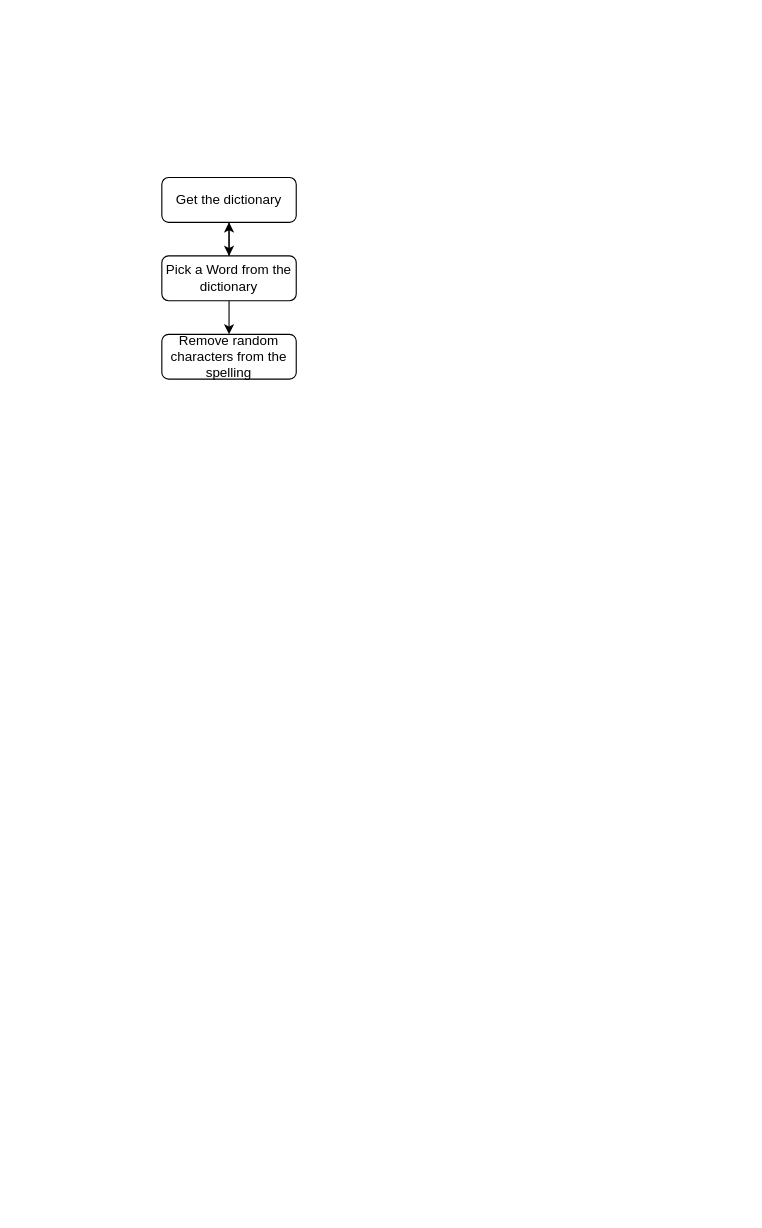
Before: Untitled Diagram.drawio in dnyanesh-github/Complete-Python-3-Bootcamp, a draw.io diagram. Source tidied: cells renumbered, new cells numbered last; positions are measured from the earlier drawing's top-left corner, leaving out a move shared by most shapes. Both pictures are drawn from the tidied source at 112%, with x=0, y=0 at pixel (161, 177).
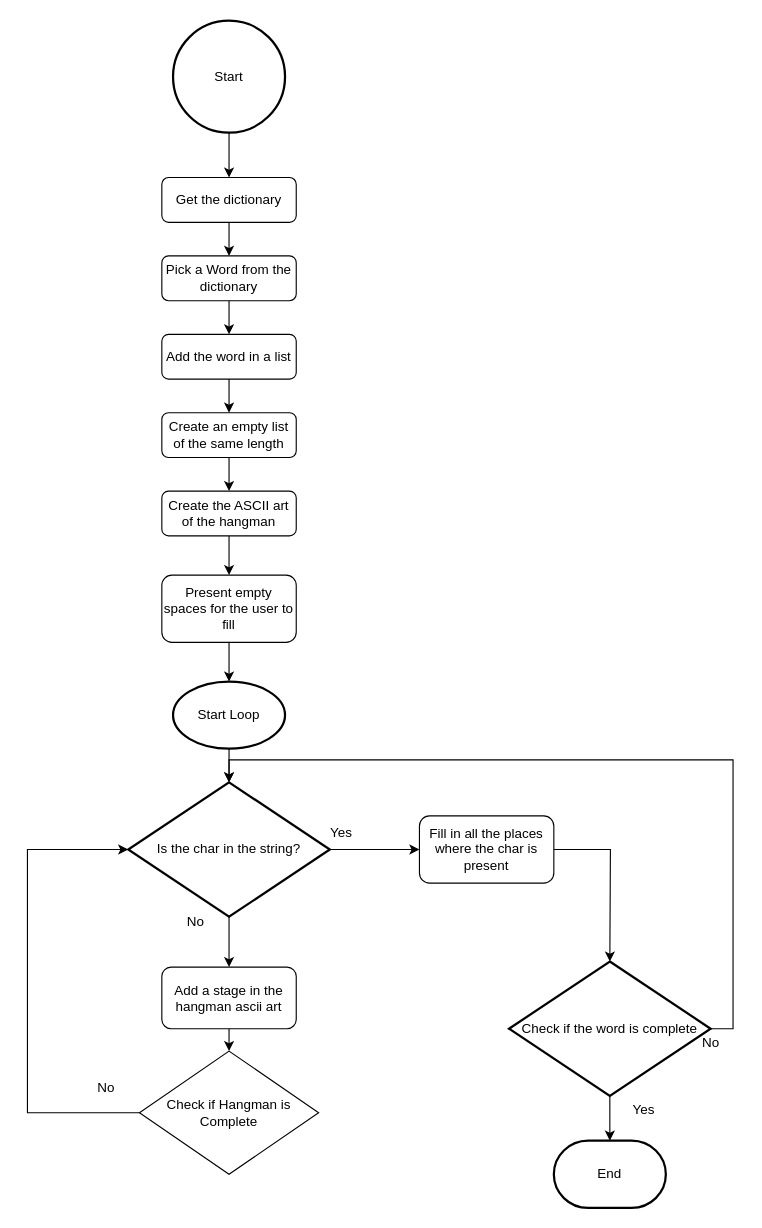
After the change.

The change refers to these unchanged cells:
```xml
<mxCell id="3" value="Get the dictionary" style="rounded=1;whiteSpace=wrap;html=1;fontSize=12;glass=0;strokeWidth=1;shadow=0;" parent="1" vertex="1">
  <mxGeometry width="120" height="40" as="geometry" />
</mxCell>
<mxCell id="6" value="Pick a Word from the dictionary" style="rounded=1;whiteSpace=wrap;html=1;fontSize=12;glass=0;strokeWidth=1;shadow=0;" parent="1" vertex="1">
  <mxGeometry y="70" width="120" height="40" as="geometry" />
</mxCell>
```

Diff of the diagram source:
```diff
@@
-    <mxCell id="4" style="edgeStyle=orthogonalEdgeStyle;rounded=0;jettySize=auto;html=1;" parent="1" edge="1" source="6" target="3">
-      <mxGeometry relative="1" as="geometry" />
-    </mxCell>
-    <mxCell id="5" style="edgeStyle=orthogonalEdgeStyle;rounded=0;jettySize=auto;html=1;exitX=0.5;exitY=1;exitDx=0;exitDy=0;" parent="1" edge="1" source="6">
-      <mxGeometry relative="1" as="geometry">
-        <mxPoint x="60" y="140" as="targetPoint" />
-      </mxGeometry>
+    <mxCell id="5" style="edgeStyle=orthogonalEdgeStyle;rounded=0;jettySize=auto;html=1;exitX=0.5;exitY=1;exitDx=0;exitDy=0;entryX=0.5;entryY=0;entryDx=0;entryDy=0;" parent="1" edge="1" source="6" target="7">
+      <mxGeometry relative="1" as="geometry" />
     </mxCell>
@@
+    <mxCell id="8" style="edgeStyle=orthogonalEdgeStyle;rounded=0;jettySize=auto;html=1;exitX=0.5;exitY=1;exitDx=0;exitDy=0;entryX=0.5;entryY=0;entryDx=0;entryDy=0;" parent="1" edge="1" source="7" target="25">
+      <mxGeometry relative="1" as="geometry" />
+    </mxCell>
-    <mxCell id="7" value="Remove random characters from the spelling" style="rounded=1;whiteSpace=wrap;html=1;fontSize=12;glass=0;strokeWidth=1;shadow=0;" parent="1" vertex="1">
+    <mxCell id="7" value="Add the word in a list" style="rounded=1;whiteSpace=wrap;html=1;fontSize=12;glass=0;strokeWidth=1;shadow=0;" parent="1" vertex="1">
       <mxGeometry y="140" width="120" height="40" as="geometry" />
     </mxCell>
+    <mxCell id="9" style="edgeStyle=orthogonalEdgeStyle;rounded=0;jettySize=auto;html=1;exitX=0.5;exitY=1;exitDx=0;exitDy=0;entryX=0.5;entryY=0;entryDx=0;entryDy=0;" parent="1" edge="1" source="10" target="11">
+      <mxGeometry relative="1" as="geometry" />
+    </mxCell>
+    <mxCell id="10" value="Create the ASCII art of the hangman" style="rounded=1;whiteSpace=wrap;html=1;fontSize=12;glass=0;strokeWidth=1;shadow=0;" parent="1" vertex="1">
+      <mxGeometry y="280" width="120" height="40" as="geometry" />
+    </mxCell>
+    <mxCell id="11" value="Present empty spaces for the user to fill" style="rounded=1;whiteSpace=wrap;html=1;fontSize=12;glass=0;strokeWidth=1;shadow=0;" parent="1" vertex="1">
+      <mxGeometry y="355" width="120" height="60" as="geometry" />
+    </mxCell>
+    <mxCell id="12" style="edgeStyle=orthogonalEdgeStyle;rounded=0;jettySize=auto;html=1;exitX=1;exitY=0.5;exitDx=0;exitDy=0;exitPerimeter=0;" parent="1" edge="1" source="14" target="16">
+      <mxGeometry relative="1" as="geometry" />
+    </mxCell>
+    <mxCell id="13" style="edgeStyle=orthogonalEdgeStyle;rounded=0;jettySize=auto;html=1;exitX=0;exitY=0.5;exitDx=0;exitDy=0;" parent="1" edge="1" source="29" target="14">
+      <mxGeometry relative="1" as="geometry">
+        <Array as="points">
+          <mxPoint x="-120" y="835" />
+          <mxPoint x="-120" y="600" />
+        </Array>
+      </mxGeometry>
+    </mxCell>
+    <mxCell id="14" value="Is the char in the string?" style="strokeWidth=2;html=1;shape=mxgraph.flowchart.decision;whiteSpace=wrap;" parent="1" vertex="1">
+      <mxGeometry x="-30" y="540" width="180" height="120" as="geometry" />
+    </mxCell>
+    <mxCell id="15" style="edgeStyle=orthogonalEdgeStyle;rounded=0;jettySize=auto;html=1;exitX=1;exitY=0.5;exitDx=0;exitDy=0;" parent="1" edge="1" source="16">
+      <mxGeometry relative="1" as="geometry">
+        <mxPoint x="400" y="700" as="targetPoint" />
+      </mxGeometry>
+    </mxCell>
+    <mxCell id="16" value="Fill in all the places where the char is present" style="rounded=1;whiteSpace=wrap;html=1;fontSize=12;glass=0;strokeWidth=1;shadow=0;" parent="1" vertex="1">
+      <mxGeometry x="230" y="570" width="120" height="60" as="geometry" />
+    </mxCell>
+    <mxCell id="17" value="Yes" style="text;html=1;align=center;verticalAlign=middle;strokeColor=none;fillColor=none;" parent="1" vertex="1">
+      <mxGeometry x="140" y="570" width="40" height="30" as="geometry" />
+    </mxCell>
+    <mxCell id="18" value="No" style="text;html=1;align=center;verticalAlign=middle;strokeColor=none;fillColor=none;" parent="1" vertex="1">
+      <mxGeometry x="10" y="650" width="40" height="30" as="geometry" />
+    </mxCell>
+    <mxCell id="19" style="edgeStyle=orthogonalEdgeStyle;rounded=0;jettySize=auto;html=1;exitX=0.5;exitY=1;exitDx=0;exitDy=0;entryX=0.5;entryY=0;entryDx=0;entryDy=0;" parent="1" edge="1" source="20" target="29">
+      <mxGeometry relative="1" as="geometry" />
+    </mxCell>
+    <mxCell id="20" value="Add a stage in the hangman ascii art" style="rounded=1;whiteSpace=wrap;html=1;fontSize=12;glass=0;strokeWidth=1;shadow=0;" parent="1" vertex="1">
+      <mxGeometry y="705" width="120" height="55" as="geometry" />
+    </mxCell>
+    <mxCell id="21" style="edgeStyle=orthogonalEdgeStyle;rounded=0;jettySize=auto;html=1;exitX=0.5;exitY=1;exitDx=0;exitDy=0;exitPerimeter=0;entryX=0.5;entryY=0;entryDx=0;entryDy=0;" parent="1" edge="1" source="14" target="20">
+      <mxGeometry relative="1" as="geometry" />
+    </mxCell>
+    <mxCell id="22" style="edgeStyle=orthogonalEdgeStyle;rounded=0;jettySize=auto;html=1;entryX=0.5;entryY=0;entryDx=0;entryDy=0;" parent="1" edge="1" source="23" target="3">
+      <mxGeometry relative="1" as="geometry" />
+    </mxCell>
+    <mxCell id="23" value="Start" style="strokeWidth=2;html=1;shape=mxgraph.flowchart.start_2;whiteSpace=wrap;" parent="1" vertex="1">
+      <mxGeometry x="10" y="-140" width="100" height="100" as="geometry" />
+    </mxCell>
+    <mxCell id="24" style="edgeStyle=orthogonalEdgeStyle;rounded=0;jettySize=auto;html=1;entryX=0.5;entryY=0;entryDx=0;entryDy=0;" parent="1" edge="1" source="25" target="10">
+      <mxGeometry relative="1" as="geometry" />
+    </mxCell>
+    <mxCell id="25" value="Create an empty list of the same length" style="rounded=1;whiteSpace=wrap;html=1;fontSize=12;glass=0;strokeWidth=1;shadow=0;" parent="1" vertex="1">
+      <mxGeometry y="210" width="120" height="40" as="geometry" />
+    </mxCell>
+    <mxCell id="26" style="edgeStyle=orthogonalEdgeStyle;rounded=0;jettySize=auto;html=1;entryX=0.5;entryY=0;entryDx=0;entryDy=0;entryPerimeter=0;" parent="1" edge="1" source="27" target="14">
+      <mxGeometry relative="1" as="geometry" />
+    </mxCell>
+    <mxCell id="27" value="Start Loop" style="strokeWidth=2;html=1;shape=mxgraph.flowchart.start_1;whiteSpace=wrap;" parent="1" vertex="1">
+      <mxGeometry x="10" y="450" width="100" height="60" as="geometry" />
+    </mxCell>
+    <mxCell id="28" style="edgeStyle=orthogonalEdgeStyle;rounded=0;jettySize=auto;html=1;exitX=0.5;exitY=1;exitDx=0;exitDy=0;entryX=0.5;entryY=0;entryDx=0;entryDy=0;entryPerimeter=0;" parent="1" edge="1" source="11" target="27">
+      <mxGeometry relative="1" as="geometry" />
+    </mxCell>
+    <mxCell id="29" value="Check if Hangman is&lt;br&gt;Complete" style="rhombus;whiteSpace=wrap;html=1;" parent="1" vertex="1">
+      <mxGeometry x="-20" y="780" width="160" height="110" as="geometry" />
+    </mxCell>
+    <mxCell id="30" value="No" style="text;html=1;align=center;verticalAlign=middle;strokeColor=none;fillColor=none;" parent="1" vertex="1">
+      <mxGeometry x="-70" y="798" width="40" height="30" as="geometry" />
+    </mxCell>
+    <mxCell id="31" style="edgeStyle=orthogonalEdgeStyle;rounded=0;jettySize=auto;html=1;exitX=0.5;exitY=1;exitDx=0;exitDy=0;exitPerimeter=0;" parent="1" edge="1" source="32">
+      <mxGeometry relative="1" as="geometry">
+        <mxPoint x="400" y="860" as="targetPoint" />
+      </mxGeometry>
+    </mxCell>
+    <mxCell id="32" value="Check if the word is complete" style="strokeWidth=2;html=1;shape=mxgraph.flowchart.decision;whiteSpace=wrap;" parent="1" vertex="1">
+      <mxGeometry x="310" y="700" width="180" height="120" as="geometry" />
+    </mxCell>
+    <mxCell id="33" value="Yes" style="text;html=1;align=center;verticalAlign=middle;strokeColor=none;fillColor=none;" parent="1" vertex="1">
+      <mxGeometry x="410" y="818" width="40" height="30" as="geometry" />
+    </mxCell>
+    <mxCell id="34" value="End" style="strokeWidth=2;html=1;shape=mxgraph.flowchart.terminator;whiteSpace=wrap;" parent="1" vertex="1">
+      <mxGeometry x="350" y="860" width="100" height="60" as="geometry" />
+    </mxCell>
+    <mxCell id="35" style="edgeStyle=orthogonalEdgeStyle;rounded=0;jettySize=auto;html=1;exitX=1;exitY=0.5;exitDx=0;exitDy=0;exitPerimeter=0;entryX=0.5;entryY=0;entryDx=0;entryDy=0;entryPerimeter=0;" parent="1" edge="1" source="32" target="14">
+      <mxGeometry relative="1" as="geometry" />
+    </mxCell>
+    <mxCell id="36" value="No" style="text;html=1;align=center;verticalAlign=middle;strokeColor=none;fillColor=none;" parent="1" vertex="1">
+      <mxGeometry x="470" y="758" width="40" height="30" as="geometry" />
+    </mxCell>
```
